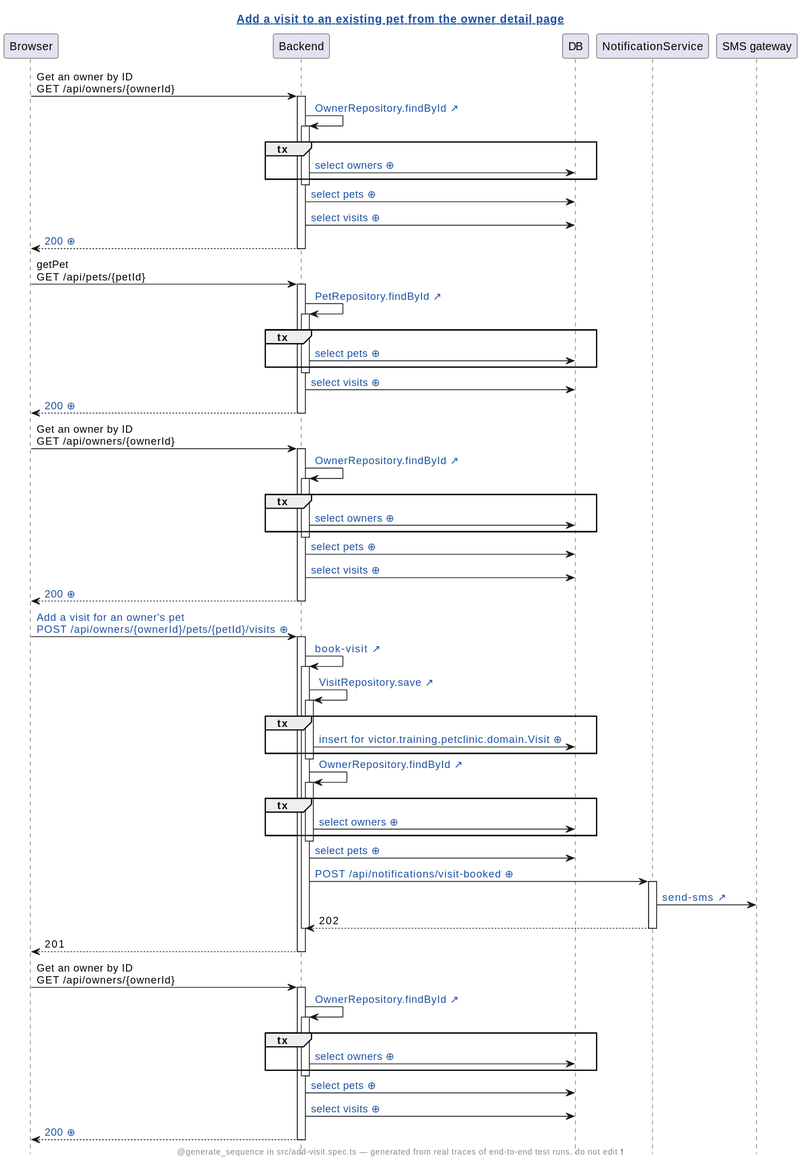
Earlier version of the PlantUML export demo/demo2/assets/diagrams/petclinic-test_generated_add-visit.spec.ts.add-a-visit-to-an-existing-pet-from-the-owner-detail-page.genseq.new.svg (Winandvdb/human-review).
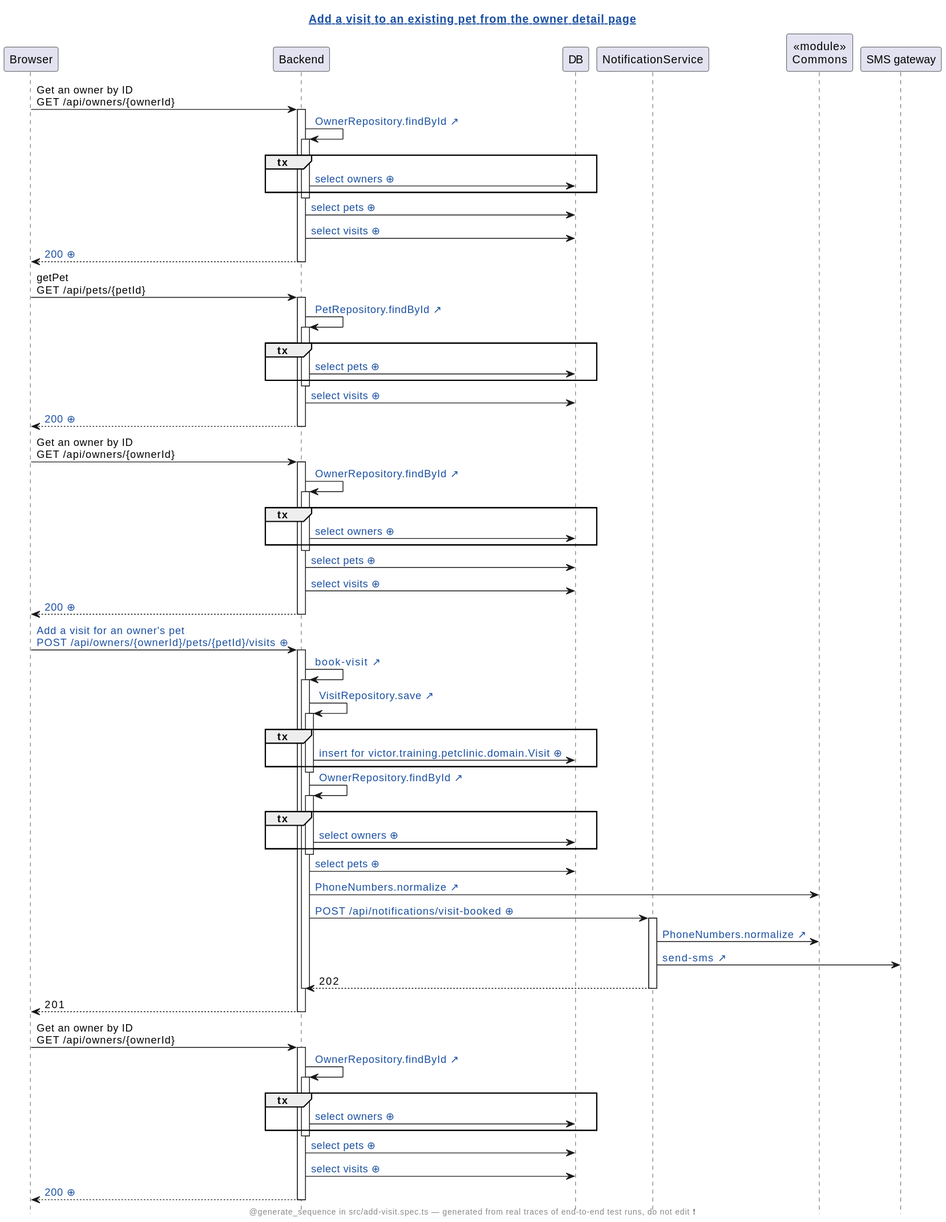
Above is the later version.

Diff of the diagram source:
```diff
@@ -8,6 +8,7 @@
 participant Backend
 participant DB
 participant NotificationService
+participant "«module»\nCommons" as Commons
 participant "SMS gateway"
 Browser -> Backend: Get an owner by ID\nGET /api/owners/{ownerId}
 activate Backend
@@ -44,14 +45,14 @@
 Backend -> DB: [[genseq://16xt6fr{Click for the statement behind this call} select visits ⊕]]
 Backend --> Browser: [[genseq://0x0vjb5{Click for this call’s JSON body} 200 ⊕]]
 deactivate Backend
-Browser -> Backend: [[genseq://076rjes{Click for this call’s JSON body} Add a visit for an owner's pet\nPOST /api/owners/{ownerId}/pets/{petId}/visits ⊕]]
+Browser -> Backend: [[genseq://0s79aod{Click for this call’s JSON body} Add a visit for an owner's pet\nPOST /api/owners/{ownerId}/pets/{petId}/visits ⊕]]
 activate Backend
 Backend -> Backend: [[src://petclinic-backend/src/main/java/victor/training/petclinic/rest/OwnerRestController.java:240{Click to open OwnerRestController.bookVisit} book-visit ↗]]
 activate Backend
 Backend -> Backend: [[src://petclinic-backend/src/main/java/victor/training/petclinic/repository/VisitRepository.java:14{Click to open VisitRepository.save} VisitRepository.save ↗]]
 activate Backend
 group tx
-Backend -> DB: [[genseq://1ktllpv{Click for the statement behind this call} insert for victor.training.petclinic.domain.Visit ⊕]]
+Backend -> DB: [[genseq://07bek3u{Click for the statement behind this call} insert for victor.training.petclinic.domain.Visit ⊕]]
 end
 deactivate Backend
 Backend -> Backend: [[src://petclinic-backend/src/main/java/victor/training/petclinic/repository/OwnerRepository.java:28{Click to open OwnerRepository.findById} OwnerRepository.findById ↗]]
@@ -61,8 +62,10 @@
 end
 deactivate Backend
 Backend -> DB: [[genseq://0j0trn8{Click for the statement behind this call} select pets ⊕]]
-Backend -> NotificationService: [[genseq://0a5r3wo{Click for this call’s JSON body} POST /api/notifications/visit-booked ⊕]]
+Backend -> Commons: [[src://petclinic-commons/src/main/java/victor/training/commons/PhoneNumbers.java:8{Click to open PhoneNumbers.normalize} PhoneNumbers.normalize ↗]]
+Backend -> NotificationService: [[genseq://06g5a1e{Click for this call’s JSON body} POST /api/notifications/visit-booked ⊕]]
 activate NotificationService
+NotificationService -> Commons: [[src://petclinic-commons/src/main/java/victor/training/commons/PhoneNumbers.java:8{Click to open PhoneNumbers.normalize} PhoneNumbers.normalize ↗]]
 NotificationService -> "SMS gateway": [[src://notification-service/src/main/java/victor/training/notification/SmsGateway.java:23{Click to open SmsGateway.send} send-sms ↗]]
 NotificationService --> Backend: 202
 deactivate NotificationService
@@ -79,6 +82,6 @@
 deactivate Backend
 Backend -> DB: [[genseq://0j0trn8{Click for the statement behind this call} select pets ⊕]]
 Backend -> DB: [[genseq://16xt6fr{Click for the statement behind this call} select visits ⊕]]
-Backend --> Browser: [[genseq://0qgxojx{Click for this call’s JSON body} 200 ⊕]]
+Backend --> Browser: [[genseq://0julin6{Click for this call’s JSON body} 200 ⊕]]
 deactivate Backend
 @enduml
```
